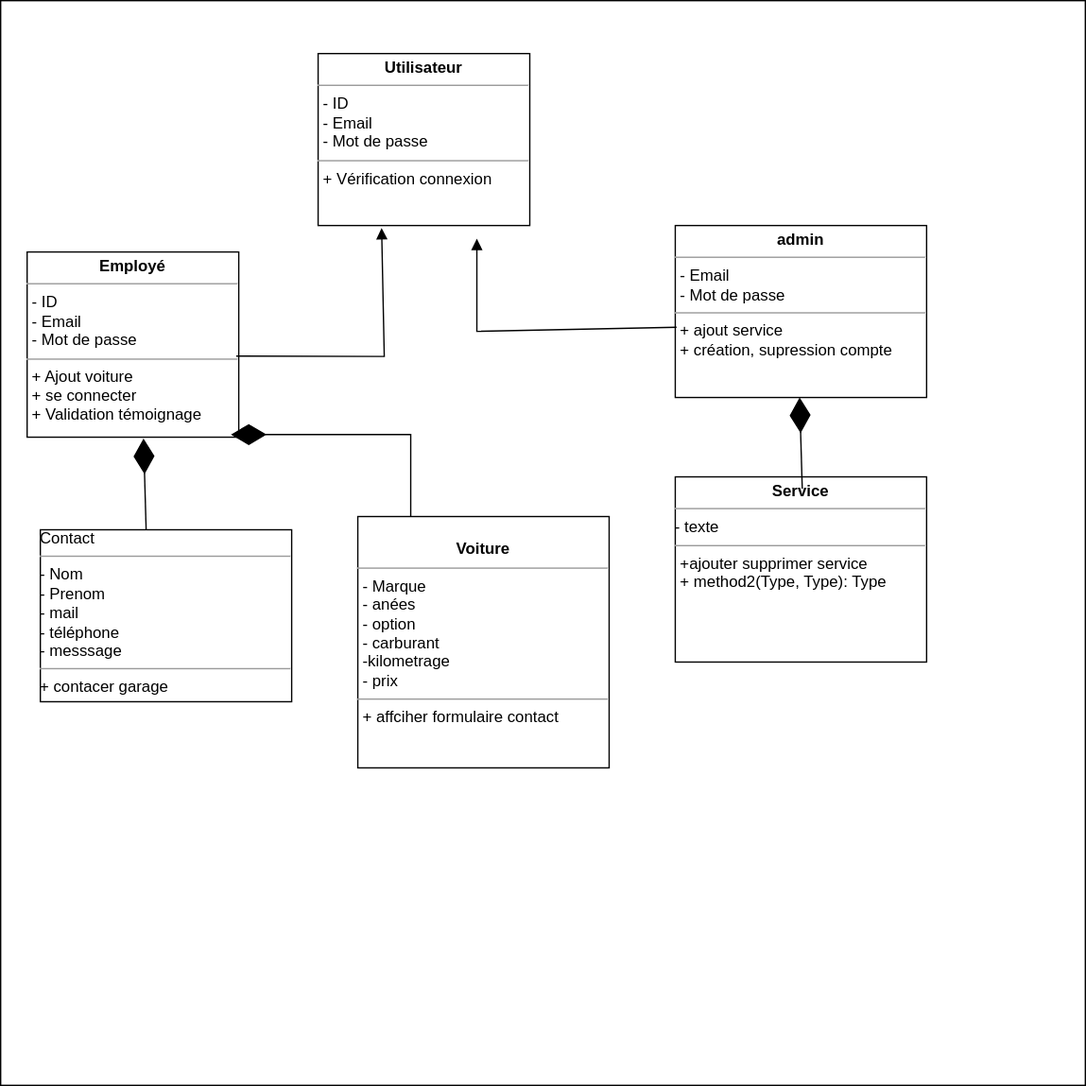
Earlier version of the draw.io export Documentationtechnique_diagramme/diagramme de classe .drawio(1).svg (azerkane44/1). Source tidied: cells renumbered, new cells last; positions are measured from the earlier drawing's top-left corner, leaving out a move shared by most shapes.
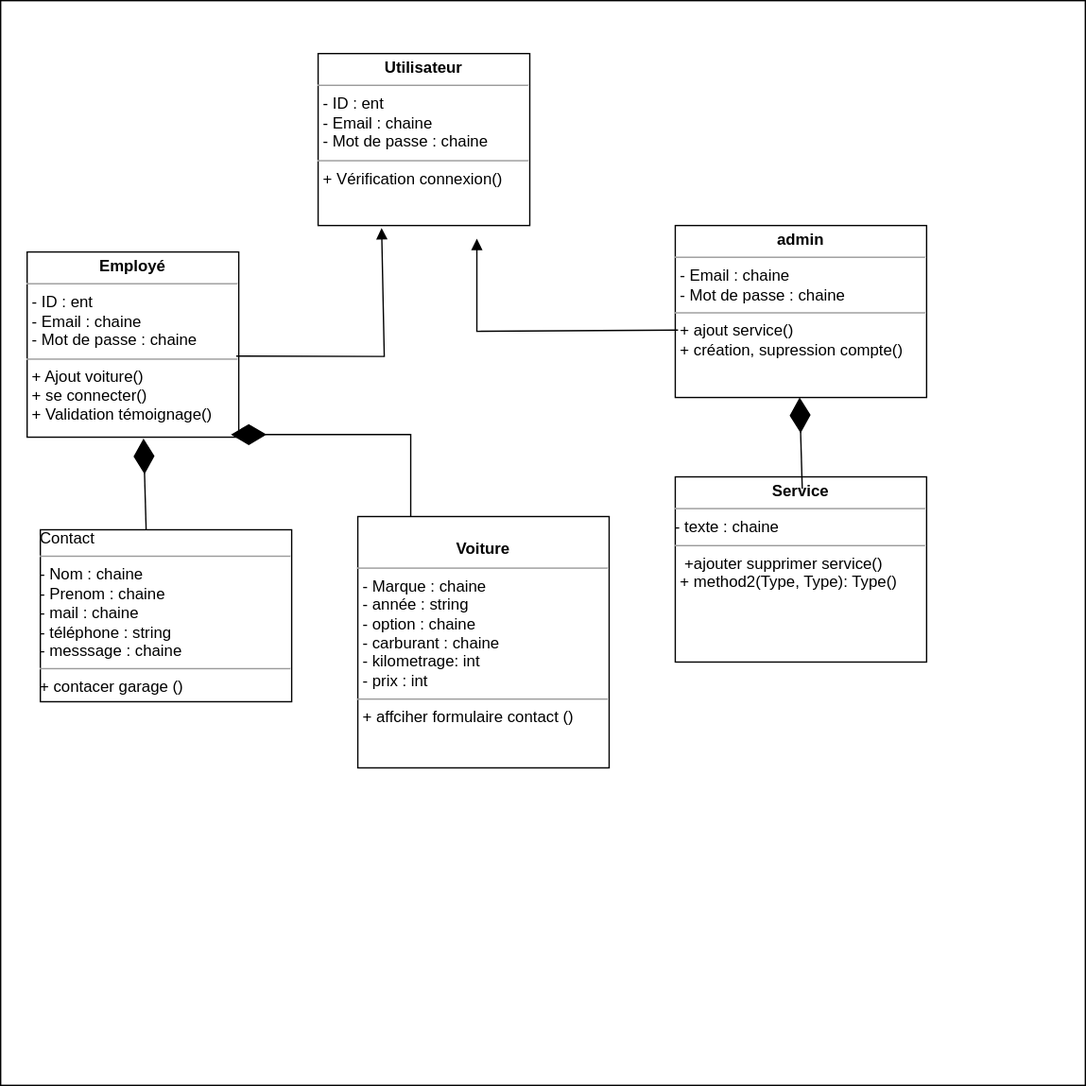
Later version of the same file.

Diff of the diagram source:
```diff
@@ -2,16 +2,16 @@
   <root>
     <mxCell id="0" />
     <mxCell id="1" parent="0" />
-    <mxCell id="2" style="whiteSpace=wrap;html=1;" parent="1" vertex="1">
+    <mxCell id="2" value=": en" style="whiteSpace=wrap;html=1;" parent="1" vertex="1">
       <mxGeometry width="820" height="820" as="geometry" />
     </mxCell>
-    <mxCell id="3" value="&lt;p style=&quot;margin:0px;margin-top:4px;text-align:center;&quot;&gt;&lt;b&gt;Utilisateur&lt;/b&gt;&lt;/p&gt;&lt;hr size=&quot;1&quot;&gt;&lt;p style=&quot;margin:0px;margin-left:4px;&quot;&gt;- ID&lt;/p&gt;&lt;p style=&quot;margin:0px;margin-left:4px;&quot;&gt;- Email&lt;br&gt;&lt;/p&gt;&lt;p style=&quot;margin:0px;margin-left:4px;&quot;&gt;- Mot de passe&lt;br&gt;&lt;/p&gt;&lt;hr size=&quot;1&quot;&gt;&lt;p style=&quot;margin:0px;margin-left:4px;&quot;&gt;+ Vérification connexion&lt;br&gt;&lt;/p&gt;" style="verticalAlign=top;align=left;overflow=fill;html=1;whiteSpace=wrap;" parent="1" vertex="1">
+    <mxCell id="3" value="&lt;p style=&quot;margin:0px;margin-top:4px;text-align:center;&quot;&gt;&lt;b&gt;Utilisateur&lt;/b&gt;&lt;/p&gt;&lt;hr size=&quot;1&quot;&gt;&lt;p style=&quot;margin:0px;margin-left:4px;&quot;&gt;- ID : ent&lt;br&gt;&lt;/p&gt;&lt;p style=&quot;margin:0px;margin-left:4px;&quot;&gt;- Email : chaine&lt;br&gt;&lt;/p&gt;&lt;p style=&quot;margin:0px;margin-left:4px;&quot;&gt;- Mot de passe : chaine&lt;br&gt;&lt;/p&gt;&lt;hr size=&quot;1&quot;&gt;&lt;p style=&quot;margin:0px;margin-left:4px;&quot;&gt;+ Vérification connexion()&lt;/p&gt;" style="verticalAlign=top;align=left;overflow=fill;html=1;whiteSpace=wrap;" parent="1" vertex="1">
       <mxGeometry x="240" y="40" width="160" height="130" as="geometry" />
     </mxCell>
-    <mxCell id="4" value="&lt;p style=&quot;margin:0px;margin-top:4px;text-align:center;&quot;&gt;&lt;b&gt;Employé&lt;/b&gt;&lt;br&gt;&lt;/p&gt;&lt;hr size=&quot;1&quot;&gt;&lt;p style=&quot;margin:0px;margin-left:4px;&quot;&gt;- ID&lt;/p&gt;&lt;p style=&quot;margin:0px;margin-left:4px;&quot;&gt;- Email&lt;br&gt;&lt;/p&gt;&lt;p style=&quot;margin:0px;margin-left:4px;&quot;&gt;- Mot de passe&lt;br&gt;&lt;/p&gt;&lt;hr size=&quot;1&quot;&gt;&lt;p style=&quot;margin:0px;margin-left:4px;&quot;&gt;+ Ajout voiture&lt;/p&gt;&lt;p style=&quot;margin:0px;margin-left:4px;&quot;&gt;+ se connecter&lt;/p&gt;&lt;p style=&quot;margin:0px;margin-left:4px;&quot;&gt;+ Validation témoignage&lt;br&gt;&lt;/p&gt;" style="verticalAlign=top;align=left;overflow=fill;html=1;whiteSpace=wrap;" parent="1" vertex="1">
+    <mxCell id="4" value="&lt;p style=&quot;margin:0px;margin-top:4px;text-align:center;&quot;&gt;&lt;b&gt;Employé&lt;/b&gt;&lt;br&gt;&lt;/p&gt;&lt;hr size=&quot;1&quot;&gt;&lt;p style=&quot;margin:0px;margin-left:4px;&quot;&gt;- ID : ent &lt;br&gt;&lt;/p&gt;&lt;p style=&quot;margin:0px;margin-left:4px;&quot;&gt;- Email : chaine&lt;br&gt;&lt;/p&gt;&lt;p style=&quot;margin:0px;margin-left:4px;&quot;&gt;- Mot de passe : chaine&lt;br&gt;&lt;/p&gt;&lt;hr size=&quot;1&quot;&gt;&lt;p style=&quot;margin:0px;margin-left:4px;&quot;&gt;+ Ajout voiture()&lt;/p&gt;&lt;p style=&quot;margin:0px;margin-left:4px;&quot;&gt;+ se connecter()&lt;/p&gt;&lt;p style=&quot;margin:0px;margin-left:4px;&quot;&gt;+ Validation témoignage()&lt;/p&gt;" style="verticalAlign=top;align=left;overflow=fill;html=1;whiteSpace=wrap;" parent="1" vertex="1">
       <mxGeometry x="20" y="190" width="160" height="140" as="geometry" />
     </mxCell>
-    <mxCell id="5" value="&lt;p style=&quot;margin:0px;margin-top:4px;text-align:center;&quot;&gt;&lt;b&gt;admin&lt;/b&gt;&lt;br&gt;&lt;/p&gt;&lt;hr size=&quot;1&quot;&gt;&lt;p style=&quot;margin:0px;margin-left:4px;&quot;&gt;- Email&lt;br&gt;&lt;/p&gt;&lt;p style=&quot;margin:0px;margin-left:4px;&quot;&gt;- Mot de passe&lt;br&gt;&lt;/p&gt;&lt;hr size=&quot;1&quot;&gt;&lt;p style=&quot;margin:0px;margin-left:4px;&quot;&gt;+ ajout service&lt;/p&gt;&lt;p style=&quot;margin:0px;margin-left:4px;&quot;&gt;+ création, supression compte &lt;br&gt;&lt;/p&gt;" style="verticalAlign=top;align=left;overflow=fill;html=1;whiteSpace=wrap;" parent="1" vertex="1">
+    <mxCell id="5" value="&lt;p style=&quot;margin:0px;margin-top:4px;text-align:center;&quot;&gt;&lt;b&gt;admin&lt;/b&gt;&lt;br&gt;&lt;/p&gt;&lt;hr size=&quot;1&quot;&gt;&lt;p style=&quot;margin:0px;margin-left:4px;&quot;&gt;- Email : chaine&lt;br&gt;&lt;/p&gt;&lt;p style=&quot;margin:0px;margin-left:4px;&quot;&gt;- Mot de passe : chaine&lt;br&gt;&lt;/p&gt;&lt;hr size=&quot;1&quot;&gt;&lt;p style=&quot;margin:0px;margin-left:4px;&quot;&gt;+ ajout service()&lt;/p&gt;&lt;p style=&quot;margin:0px;margin-left:4px;&quot;&gt;+ création, supression compte() &lt;/p&gt;" style="verticalAlign=top;align=left;overflow=fill;html=1;whiteSpace=wrap;" parent="1" vertex="1">
       <mxGeometry x="510" y="170" width="190" height="130" as="geometry" />
     </mxCell>
     <mxCell id="6" style="html=1;verticalAlign=bottom;endArrow=block;curved=0;rounded=0;entryX=0.3;entryY=1.015;entryDx=0;entryDy=0;entryPerimeter=0;exitX=0.988;exitY=0.562;exitDx=0;exitDy=0;exitPerimeter=0;" parent="1" edge="1" source="4" target="3">
@@ -21,7 +21,7 @@
         </Array>
       </mxGeometry>
     </mxCell>
-    <mxCell id="7" style="html=1;verticalAlign=bottom;endArrow=block;curved=0;rounded=0;exitX=0.005;exitY=0.592;exitDx=0;exitDy=0;exitPerimeter=0;" parent="1" edge="1" source="5">
+    <mxCell id="7" style="html=1;verticalAlign=bottom;endArrow=block;curved=0;rounded=0;exitX=0.011;exitY=0.608;exitDx=0;exitDy=0;exitPerimeter=0;" parent="1" edge="1" source="5">
       <mxGeometry relative="1" as="geometry">
         <mxPoint x="360" y="180" as="targetPoint" />
         <Array as="points">
@@ -29,7 +29,7 @@
         </Array>
       </mxGeometry>
     </mxCell>
-    <mxCell id="8" value="&lt;p style=&quot;margin:0px;margin-top:4px;text-align:center;&quot;&gt;&lt;br&gt;&lt;b&gt;Voiture&lt;/b&gt;&lt;br&gt;&lt;/p&gt;&lt;hr size=&quot;1&quot;&gt;&lt;p style=&quot;margin:0px;margin-left:4px;&quot;&gt;- Marque&lt;/p&gt;&lt;p style=&quot;margin:0px;margin-left:4px;&quot;&gt;- anées &lt;br&gt;&lt;/p&gt;&lt;p style=&quot;margin:0px;margin-left:4px;&quot;&gt;- option&lt;/p&gt;&lt;p style=&quot;margin:0px;margin-left:4px;&quot;&gt;- carburant&lt;/p&gt;&lt;p style=&quot;margin:0px;margin-left:4px;&quot;&gt;-kilometrage&lt;/p&gt;&lt;p style=&quot;margin:0px;margin-left:4px;&quot;&gt;- prix&lt;br&gt;&lt;/p&gt;&lt;hr size=&quot;1&quot;&gt;&lt;p style=&quot;margin:0px;margin-left:4px;&quot;&gt;+ affciher formulaire contact&lt;br&gt;&lt;/p&gt;" style="verticalAlign=top;align=left;overflow=fill;html=1;whiteSpace=wrap;" parent="1" vertex="1">
+    <mxCell id="8" value="&lt;p style=&quot;margin:0px;margin-top:4px;text-align:center;&quot;&gt;&lt;br&gt;&lt;b&gt;Voiture&lt;/b&gt;&lt;br&gt;&lt;/p&gt;&lt;hr size=&quot;1&quot;&gt;&lt;p style=&quot;margin:0px;margin-left:4px;&quot;&gt;- Marque : chaine&lt;br&gt;&lt;/p&gt;&lt;p style=&quot;margin:0px;margin-left:4px;&quot;&gt;- année : string&lt;br&gt;&lt;/p&gt;&lt;p style=&quot;margin:0px;margin-left:4px;&quot;&gt;- option : chaine&lt;br&gt;&lt;/p&gt;&lt;p style=&quot;margin:0px;margin-left:4px;&quot;&gt;- carburant : chaine&lt;br&gt;&lt;/p&gt;&lt;p style=&quot;margin:0px;margin-left:4px;&quot;&gt;- kilometrage: int&lt;br&gt;&lt;/p&gt;&lt;p style=&quot;margin:0px;margin-left:4px;&quot;&gt;- prix : int&lt;br&gt;&lt;/p&gt;&lt;hr size=&quot;1&quot;&gt;&lt;p style=&quot;margin:0px;margin-left:4px;&quot;&gt;+ affciher formulaire contact ()&lt;/p&gt;" style="verticalAlign=top;align=left;overflow=fill;html=1;whiteSpace=wrap;" parent="1" vertex="1">
       <mxGeometry x="270" y="390" width="190" height="190" as="geometry" />
     </mxCell>
     <mxCell id="9" style="endArrow=diamondThin;endFill=1;endSize=24;html=1;rounded=0;exitX=0;exitY=0;exitDx=0;exitDy=0;entryX=0.963;entryY=0.986;entryDx=0;entryDy=0;entryPerimeter=0;" parent="1" edge="1" target="4">
@@ -40,13 +40,13 @@
         </Array>
       </mxGeometry>
     </mxCell>
-    <mxCell id="10" value="Contact&lt;br&gt;&lt;hr size=&quot;1&quot;&gt;&lt;div&gt;- Nom&lt;/div&gt;&lt;div&gt;- Prenom&lt;/div&gt;&lt;div&gt;- mail&lt;/div&gt;&lt;div&gt;- téléphone&lt;/div&gt;&lt;div&gt;- messsage&lt;br&gt;&lt;/div&gt;&lt;hr size=&quot;1&quot;&gt;&lt;div&gt;+ contacer garage&lt;br&gt;&lt;/div&gt;" style="verticalAlign=top;align=left;overflow=fill;html=1;whiteSpace=wrap;" parent="1" vertex="1">
+    <mxCell id="10" value="Contact&lt;br&gt;&lt;hr size=&quot;1&quot;&gt;&lt;div&gt;- Nom : chaine&lt;br&gt;&lt;/div&gt;&lt;div&gt;- Prenom : chaine&lt;br&gt;&lt;/div&gt;&lt;div&gt;- mail : chaine&lt;br&gt;&lt;/div&gt;&lt;div&gt;- téléphone : string&lt;br&gt;&lt;/div&gt;&lt;div&gt;- messsage : chaine&lt;br&gt;&lt;/div&gt;&lt;hr size=&quot;1&quot;&gt;&lt;div&gt;+ contacer garage ()&lt;/div&gt;" style="verticalAlign=top;align=left;overflow=fill;html=1;whiteSpace=wrap;" parent="1" vertex="1">
       <mxGeometry x="30" y="400" width="190" height="130" as="geometry" />
     </mxCell>
     <mxCell id="11" style="endArrow=diamondThin;endFill=1;endSize=24;html=1;rounded=0;exitX=0.421;exitY=0;exitDx=0;exitDy=0;exitPerimeter=0;entryX=0.55;entryY=1.007;entryDx=0;entryDy=0;entryPerimeter=0;" parent="1" edge="1" source="10" target="4">
       <mxGeometry relative="1" as="geometry" />
     </mxCell>
-    <mxCell id="12" value="&lt;p style=&quot;margin:0px;margin-top:4px;text-align:center;&quot;&gt;&lt;b&gt;Service&lt;/b&gt;&lt;br&gt;&lt;/p&gt;&lt;hr size=&quot;1&quot;&gt;&lt;div&gt;- texte&lt;br&gt;&lt;/div&gt;&lt;hr size=&quot;1&quot;&gt;&lt;p style=&quot;margin:0px;margin-left:4px;&quot;&gt;+ajouter supprimer service&lt;br&gt;+ method2(Type, Type): Type&lt;/p&gt;" style="verticalAlign=top;align=left;overflow=fill;html=1;whiteSpace=wrap;" parent="1" vertex="1">
+    <mxCell id="12" value="&lt;p style=&quot;margin:0px;margin-top:4px;text-align:center;&quot;&gt;&lt;b&gt;Service&lt;/b&gt;&lt;br&gt;&lt;/p&gt;&lt;hr size=&quot;1&quot;&gt;&lt;div&gt;- texte : chaine&lt;br&gt;&lt;/div&gt;&lt;hr size=&quot;1&quot;&gt;&lt;p style=&quot;margin:0px;margin-left:4px;&quot;&gt;&amp;nbsp;+ajouter supprimer service()&lt;br&gt;+ method2(Type, Type): Type()&lt;/p&gt;" style="verticalAlign=top;align=left;overflow=fill;html=1;whiteSpace=wrap;" parent="1" vertex="1">
       <mxGeometry x="510" y="360" width="190" height="140" as="geometry" />
     </mxCell>
     <mxCell id="13" style="endArrow=diamondThin;endFill=1;endSize=24;html=1;rounded=0;exitX=0.421;exitY=0;exitDx=0;exitDy=0;exitPerimeter=0;entryX=0.55;entryY=1.007;entryDx=0;entryDy=0;entryPerimeter=0;" parent="1" edge="1">
```
